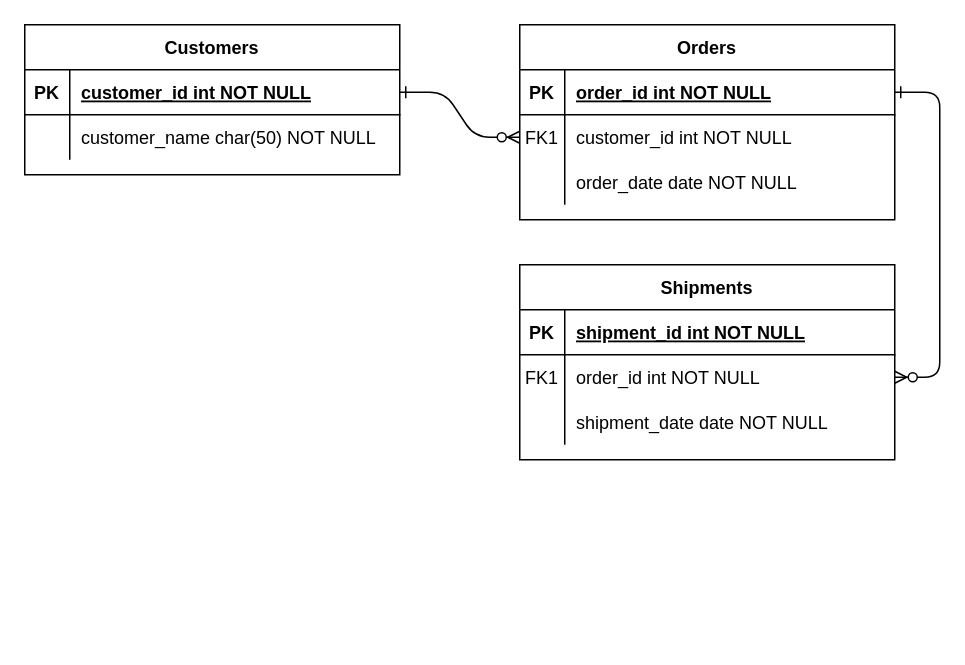
This is Untitled Diagram.drawio from Pupking/Planner, a draw.io file, before an edit. Source tidied: cells renumbered, new cells numbered last; positions are measured from the earlier drawing's top-left corner, leaving out a move shared by most shapes. Both pictures are drawn from the tidied source at 150%, with x=0, y=0 at pixel (24, 24).
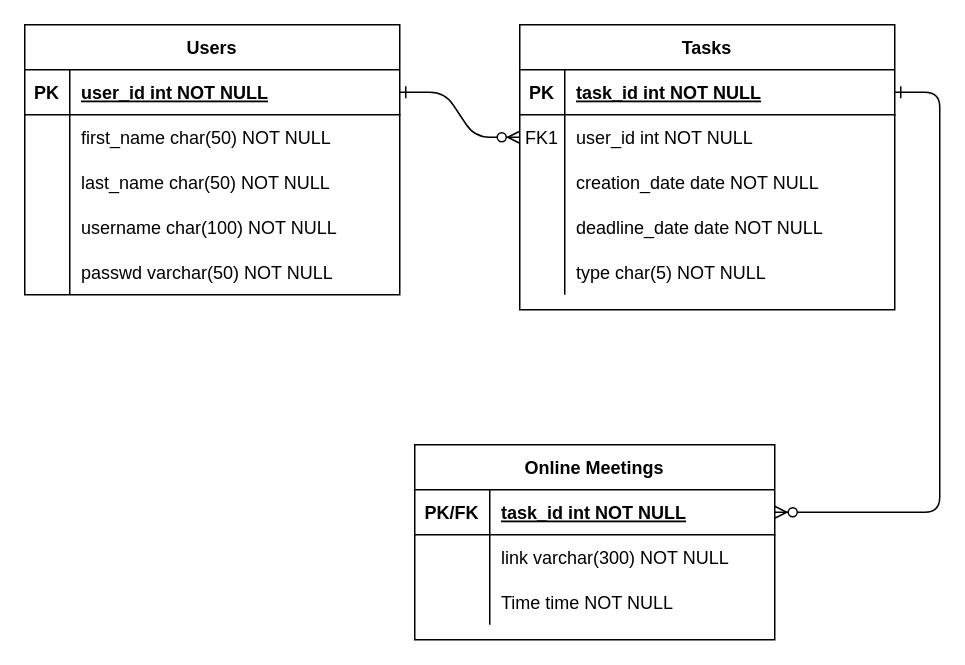
The same diagram, later.

The change refers to these unchanged cells:
```xml
<mxCell id="5" style="shape=partialRectangle;fillColor=none;points=[[0,0.5],[1,0.5]];portConstraint=eastwest;top=0;left=0;right=0;bottom=1;" parent="4" vertex="1">
  <mxGeometry y="30" width="250" height="30" as="geometry" />
</mxCell>
<mxCell id="8" style="shape=partialRectangle;fillColor=none;points=[[0,0.5],[1,0.5]];portConstraint=eastwest;top=0;left=0;right=0;bottom=0;" parent="4" vertex="1">
  <mxGeometry y="60" width="250" height="30" as="geometry" />
</mxCell>
<mxCell id="11" style="shape=partialRectangle;fillColor=none;top=0;left=0;right=0;bottom=0;" parent="4" vertex="1">
  <mxGeometry y="90" width="250" height="30" as="geometry" />
</mxCell>
<mxCell id="25" style="shape=partialRectangle;fillColor=none;points=[[0,0.5],[1,0.5]];portConstraint=eastwest;top=0;left=0;right=0;bottom=1;" parent="24" vertex="1">
  <mxGeometry y="30" width="250" height="30" as="geometry" />
</mxCell>
<mxCell id="28" style="shape=partialRectangle;fillColor=none;top=0;left=0;right=0;bottom=0;" parent="24" vertex="1">
  <mxGeometry y="60" width="250" height="30" as="geometry" />
</mxCell>
```

What changed in the source:
```diff
@@
-    <mxCell id="3" style="edgeStyle=entityRelationEdgeStyle;endArrow=ERzeroToMany;startArrow=ERone;endFill=1;startFill=0;" parent="1" edge="1" source="5" target="18">
+    <mxCell id="3" style="edgeStyle=entityRelationEdgeStyle;endArrow=ERzeroToMany;startArrow=ERone;endFill=1;startFill=0;entryX=1;entryY=0.5;entryDx=0;entryDy=0;" parent="1" edge="1" source="5" target="15">
       <mxGeometry relative="1" as="geometry" />
     </mxCell>
-    <mxCell id="4" value="Orders" style="shape=table;startSize=30;childLayout=tableLayout;rowLines=0;fontStyle=1;align=center;" parent="1" vertex="1">
-      <mxGeometry x="330" width="250" height="130" as="geometry" />
+    <mxCell id="4" value="Tasks" style="shape=table;startSize=30;childLayout=tableLayout;rowLines=0;fontStyle=1;align=center;" parent="1" vertex="1">
+      <mxGeometry x="330" width="250" height="190" as="geometry" />
     </mxCell>
@@
-    <mxCell id="7" value="order_id int NOT NULL " style="shape=partialRectangle;overflow=hidden;fillColor=none;top=0;left=0;bottom=0;right=0;align=left;spacingLeft=6;fontStyle=5;" parent="5" vertex="1">
+    <mxCell id="7" value="task_id int NOT NULL " style="shape=partialRectangle;overflow=hidden;fillColor=none;top=0;left=0;bottom=0;right=0;align=left;spacingLeft=6;fontStyle=5;" parent="5" vertex="1">
       <mxGeometry x="30" width="220" height="30" as="geometry" />
     </mxCell>
@@
-    <mxCell id="10" value="customer_id int NOT NULL" style="shape=partialRectangle;overflow=hidden;fillColor=none;top=0;left=0;bottom=0;right=0;align=left;spacingLeft=6;" parent="8" vertex="1">
+    <mxCell id="10" value="user_id int NOT NULL" style="shape=partialRectangle;overflow=hidden;fillColor=none;top=0;left=0;bottom=0;right=0;align=left;spacingLeft=6;" parent="8" vertex="1">
       <mxGeometry x="30" width="220" height="30" as="geometry" />
     </mxCell>
@@
-    <mxCell id="13" value="order_date date NOT NULL" style="shape=partialRectangle;overflow=hidden;fillColor=none;top=0;left=0;bottom=0;right=0;align=left;spacingLeft=6;" parent="11" vertex="1">
+    <mxCell id="13" value="creation_date date NOT NULL" style="shape=partialRectangle;overflow=hidden;fillColor=none;top=0;left=0;bottom=0;right=0;align=left;spacingLeft=6;" parent="11" vertex="1">
       <mxGeometry x="30" width="220" height="30" as="geometry" />
     </mxCell>
+    <mxCell id="31" style="shape=partialRectangle;fillColor=none;top=0;left=0;right=0;bottom=0;" parent="4" vertex="1">
+      <mxGeometry y="120" width="250" height="30" as="geometry" />
+    </mxCell>
+    <mxCell id="32" style="shape=partialRectangle;overflow=hidden;fillColor=none;top=0;left=0;bottom=0;right=0;" parent="31" vertex="1">
+      <mxGeometry width="30" height="30" as="geometry" />
+    </mxCell>
+    <mxCell id="33" value="deadline_date date NOT NULL" style="shape=partialRectangle;overflow=hidden;fillColor=none;top=0;left=0;bottom=0;right=0;align=left;spacingLeft=6;" parent="31" vertex="1">
+      <mxGeometry x="30" width="220" height="30" as="geometry" />
+    </mxCell>
+    <mxCell id="34" style="shape=partialRectangle;fillColor=none;top=0;left=0;right=0;bottom=0;" parent="4" vertex="1">
+      <mxGeometry y="150" width="250" height="30" as="geometry" />
+    </mxCell>
+    <mxCell id="35" style="shape=partialRectangle;overflow=hidden;fillColor=none;top=0;left=0;bottom=0;right=0;" parent="34" vertex="1">
+      <mxGeometry width="30" height="30" as="geometry" />
+    </mxCell>
+    <mxCell id="36" value="type char(5) NOT NULL" style="shape=partialRectangle;overflow=hidden;fillColor=none;top=0;left=0;bottom=0;right=0;align=left;spacingLeft=6;" parent="34" vertex="1">
+      <mxGeometry x="30" width="220" height="30" as="geometry" />
+    </mxCell>
-    <mxCell id="14" value="Shipments" style="shape=table;startSize=30;childLayout=tableLayout;rowLines=0;fontStyle=1;align=center;" parent="1" vertex="1">
-      <mxGeometry x="330" y="160" width="250" height="130" as="geometry" />
+    <mxCell id="14" value="Online Meetings" style="shape=table;startSize=30;childLayout=tableLayout;rowLines=0;fontStyle=1;align=center;" parent="1" vertex="1">
+      <mxGeometry x="260" y="280" width="240" height="130" as="geometry" />
     </mxCell>
     <mxCell id="15" style="shape=partialRectangle;fillColor=none;points=[[0,0.5],[1,0.5]];portConstraint=eastwest;top=0;left=0;right=0;bottom=1;" parent="14" vertex="1">
-      <mxGeometry y="30" width="250" height="30" as="geometry" />
+      <mxGeometry y="30" width="240" height="30" as="geometry" />
     </mxCell>
-    <mxCell id="16" value="PK" style="shape=partialRectangle;overflow=hidden;fillColor=none;top=0;left=0;bottom=0;right=0;fontStyle=1;" parent="15" vertex="1">
-      <mxGeometry width="30" height="30" as="geometry" />
+    <mxCell id="16" value="PK/FK" style="shape=partialRectangle;overflow=hidden;fillColor=none;top=0;left=0;bottom=0;right=0;fontStyle=1;" parent="15" vertex="1">
+      <mxGeometry width="50" height="30" as="geometry" />
     </mxCell>
-    <mxCell id="17" value="shipment_id int NOT NULL " style="shape=partialRectangle;overflow=hidden;fillColor=none;top=0;left=0;bottom=0;right=0;align=left;spacingLeft=6;fontStyle=5;" parent="15" vertex="1">
-      <mxGeometry x="30" width="220" height="30" as="geometry" />
+    <mxCell id="17" value="task_id int NOT NULL " style="shape=partialRectangle;overflow=hidden;fillColor=none;top=0;left=0;bottom=0;right=0;align=left;spacingLeft=6;fontStyle=5;" parent="15" vertex="1">
+      <mxGeometry x="50" width="190" height="30" as="geometry" />
     </mxCell>
     <mxCell id="18" style="shape=partialRectangle;fillColor=none;points=[[0,0.5],[1,0.5]];portConstraint=eastwest;top=0;left=0;right=0;bottom=0;" parent="14" vertex="1">
-      <mxGeometry y="60" width="250" height="30" as="geometry" />
+      <mxGeometry y="60" width="240" height="30" as="geometry" />
     </mxCell>
-    <mxCell id="19" value="FK1" style="shape=partialRectangle;overflow=hidden;fillColor=none;top=0;left=0;bottom=0;right=0;" parent="18" vertex="1">
-      <mxGeometry width="30" height="30" as="geometry" />
+    <mxCell id="19" style="shape=partialRectangle;overflow=hidden;fillColor=none;top=0;left=0;bottom=0;right=0;" parent="18" vertex="1">
+      <mxGeometry width="50" height="30" as="geometry" />
     </mxCell>
-    <mxCell id="20" value="order_id int NOT NULL" style="shape=partialRectangle;overflow=hidden;fillColor=none;top=0;left=0;bottom=0;right=0;align=left;spacingLeft=6;" parent="18" vertex="1">
-      <mxGeometry x="30" width="220" height="30" as="geometry" />
+    <mxCell id="20" value="link varchar(300) NOT NULL" style="shape=partialRectangle;overflow=hidden;fillColor=none;top=0;left=0;bottom=0;right=0;align=left;spacingLeft=6;" parent="18" vertex="1">
+      <mxGeometry x="50" width="190" height="30" as="geometry" />
     </mxCell>
     <mxCell id="21" style="shape=partialRectangle;fillColor=none;top=0;left=0;right=0;bottom=0;" parent="14" vertex="1">
-      <mxGeometry y="90" width="250" height="30" as="geometry" />
+      <mxGeometry y="90" width="240" height="30" as="geometry" />
     </mxCell>
     <mxCell id="22" style="shape=partialRectangle;overflow=hidden;fillColor=none;top=0;left=0;bottom=0;right=0;" parent="21" vertex="1">
-      <mxGeometry width="30" height="30" as="geometry" />
+      <mxGeometry width="50" height="30" as="geometry" />
     </mxCell>
-    <mxCell id="23" value="shipment_date date NOT NULL" style="shape=partialRectangle;overflow=hidden;fillColor=none;top=0;left=0;bottom=0;right=0;align=left;spacingLeft=6;" parent="21" vertex="1">
-      <mxGeometry x="30" width="220" height="30" as="geometry" />
+    <mxCell id="23" value="Time time NOT NULL" style="shape=partialRectangle;overflow=hidden;fillColor=none;top=0;left=0;bottom=0;right=0;align=left;spacingLeft=6;" parent="21" vertex="1">
+      <mxGeometry x="50" width="190" height="30" as="geometry" />
     </mxCell>
-    <mxCell id="24" value="Customers" style="shape=table;startSize=30;childLayout=tableLayout;rowLines=0;fontStyle=1;align=center;" parent="1" vertex="1">
-      <mxGeometry width="250" height="100" as="geometry" />
+    <mxCell id="24" value="Users" style="shape=table;startSize=30;childLayout=tableLayout;rowLines=0;fontStyle=1;align=center;" parent="1" vertex="1">
+      <mxGeometry width="250" height="180" as="geometry" />
     </mxCell>
@@
-    <mxCell id="27" value="customer_id int NOT NULL " style="shape=partialRectangle;overflow=hidden;fillColor=none;top=0;left=0;bottom=0;right=0;align=left;spacingLeft=6;fontStyle=5;" parent="25" vertex="1">
+    <mxCell id="27" value="user_id int NOT NULL " style="shape=partialRectangle;overflow=hidden;fillColor=none;top=0;left=0;bottom=0;right=0;align=left;spacingLeft=6;fontStyle=5;" parent="25" vertex="1">
       <mxGeometry x="30" width="220" height="30" as="geometry" />
     </mxCell>
@@
-    <mxCell id="30" value="customer_name char(50) NOT NULL" style="shape=partialRectangle;overflow=hidden;fillColor=none;top=0;left=0;bottom=0;right=0;align=left;spacingLeft=6;" parent="28" vertex="1">
+    <mxCell id="30" value="first_name char(50) NOT NULL" style="shape=partialRectangle;overflow=hidden;fillColor=none;top=0;left=0;bottom=0;right=0;align=left;spacingLeft=6;" parent="28" vertex="1">
       <mxGeometry x="30" width="220" height="30" as="geometry" />
     </mxCell>
+    <mxCell id="37" style="shape=partialRectangle;fillColor=none;top=0;left=0;right=0;bottom=0;" parent="24" vertex="1">
+      <mxGeometry y="90" width="250" height="30" as="geometry" />
+    </mxCell>
+    <mxCell id="38" style="shape=partialRectangle;overflow=hidden;fillColor=none;top=0;left=0;bottom=0;right=0;" parent="37" vertex="1">
+      <mxGeometry width="30" height="30" as="geometry" />
+    </mxCell>
+    <mxCell id="39" value="last_name char(50) NOT NULL" style="shape=partialRectangle;overflow=hidden;fillColor=none;top=0;left=0;bottom=0;right=0;align=left;spacingLeft=6;" parent="37" vertex="1">
+      <mxGeometry x="30" width="220" height="30" as="geometry" />
+    </mxCell>
+    <mxCell id="40" style="shape=partialRectangle;fillColor=none;top=0;left=0;right=0;bottom=0;" parent="24" vertex="1">
+      <mxGeometry y="120" width="250" height="30" as="geometry" />
+    </mxCell>
+    <mxCell id="41" style="shape=partialRectangle;overflow=hidden;fillColor=none;top=0;left=0;bottom=0;right=0;" parent="40" vertex="1">
+      <mxGeometry width="30" height="30" as="geometry" />
+    </mxCell>
+    <mxCell id="42" value="username char(100) NOT NULL" style="shape=partialRectangle;overflow=hidden;fillColor=none;top=0;left=0;bottom=0;right=0;align=left;spacingLeft=6;" parent="40" vertex="1">
+      <mxGeometry x="30" width="220" height="30" as="geometry" />
+    </mxCell>
+    <mxCell id="43" style="shape=partialRectangle;fillColor=none;top=0;left=0;right=0;bottom=0;" parent="24" vertex="1">
+      <mxGeometry y="150" width="250" height="30" as="geometry" />
+    </mxCell>
+    <mxCell id="44" style="shape=partialRectangle;overflow=hidden;fillColor=none;top=0;left=0;bottom=0;right=0;" parent="43" vertex="1">
+      <mxGeometry width="30" height="30" as="geometry" />
+    </mxCell>
+    <mxCell id="45" value="passwd varchar(50) NOT NULL" style="shape=partialRectangle;overflow=hidden;fillColor=none;top=0;left=0;bottom=0;right=0;align=left;spacingLeft=6;" parent="43" vertex="1">
+      <mxGeometry x="30" width="220" height="30" as="geometry" />
+    </mxCell>
```
